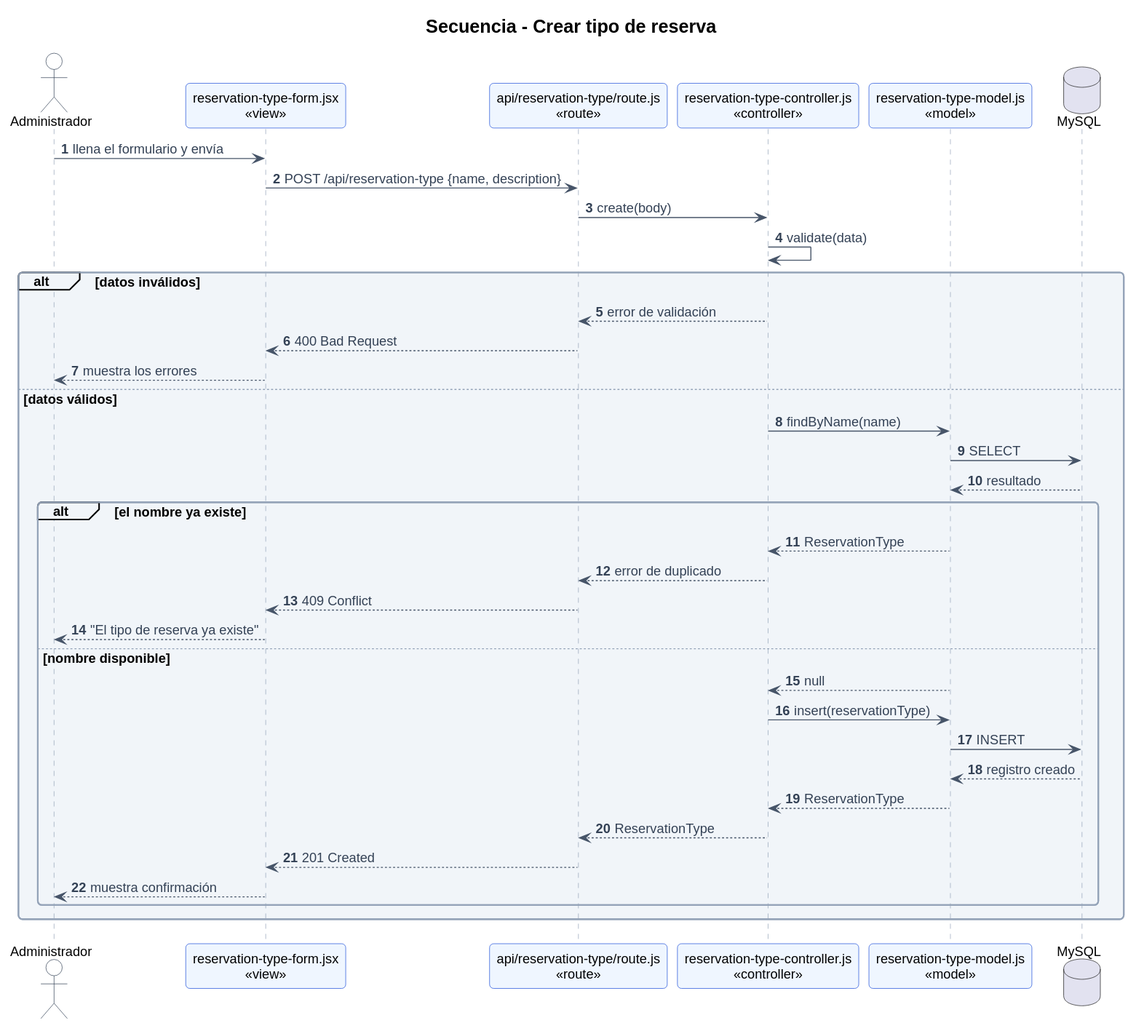
Above: public/docs/architecture/diagrams/13-sequence-create-reservation-type.svg in code-sena/project-mvc (PlantUML), before the change.
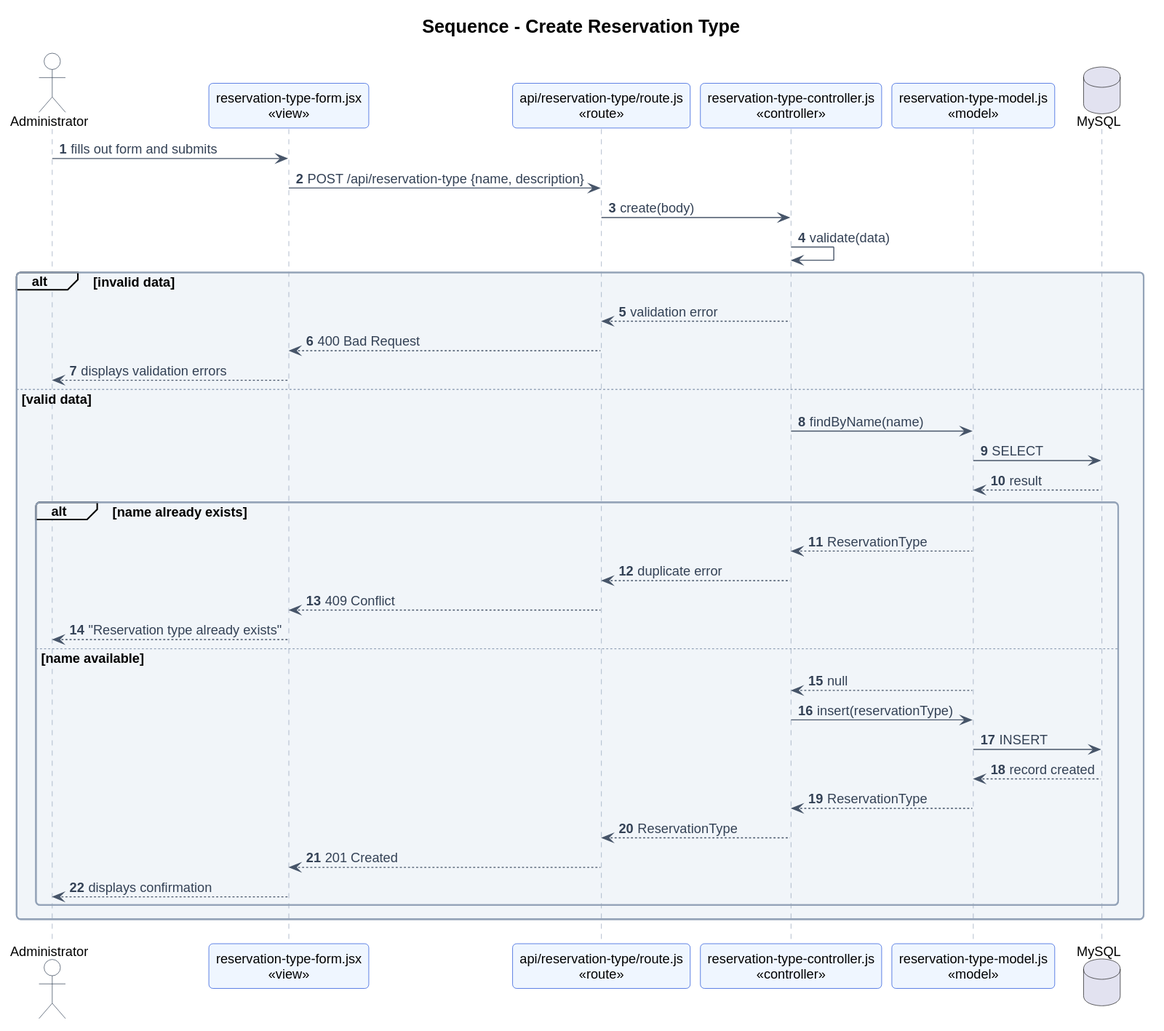
After the change.

Commit message:
docs(architecture): translate added documentation and sequence diagrams to english

The edit, as a diff of the source:
```diff
@@ -1,42 +1,42 @@
 @startuml
 !include style.puml
-title Secuencia - Crear tipo de reserva
+title Sequence - Create Reservation Type
 autonumber
 
-actor "Administrador" as U
+actor "Administrator" as U
 participant "reservation-type-form.jsx\n<<view>>" as V
 participant "api/reservation-type/route.js\n<<route>>" as R
 participant "reservation-type-controller.js\n<<controller>>" as C
 participant "reservation-type-model.js\n<<model>>" as M
 database "MySQL" as DB
 
-U -> V : llena el formulario y envía
+U -> V : fills out form and submits
 V -> R : POST /api/reservation-type {name, description}
 R -> C : create(body)
 C -> C : validate(data)
 
-alt datos inválidos
-  C --> R : error de validación
+alt invalid data
+  C --> R : validation error
   R --> V : 400 Bad Request
-  V --> U : muestra los errores
-else datos válidos
+  V --> U : displays validation errors
+else valid data
   C -> M : findByName(name)
   M -> DB : SELECT
-  DB --> M : resultado
-  alt el nombre ya existe
+  DB --> M : result
+  alt name already exists
     M --> C : ReservationType
-    C --> R : error de duplicado
+    C --> R : duplicate error
     R --> V : 409 Conflict
-    V --> U : "El tipo de reserva ya existe"
-  else nombre disponible
+    V --> U : "Reservation type already exists"
+  else name available
     M --> C : null
     C -> M : insert(reservationType)
     M -> DB : INSERT
-    DB --> M : registro creado
+    DB --> M : record created
     M --> C : ReservationType
     C --> R : ReservationType
     R --> V : 201 Created
-    V --> U : muestra confirmación
+    V --> U : displays confirmation
   end
 end
 @enduml
```
